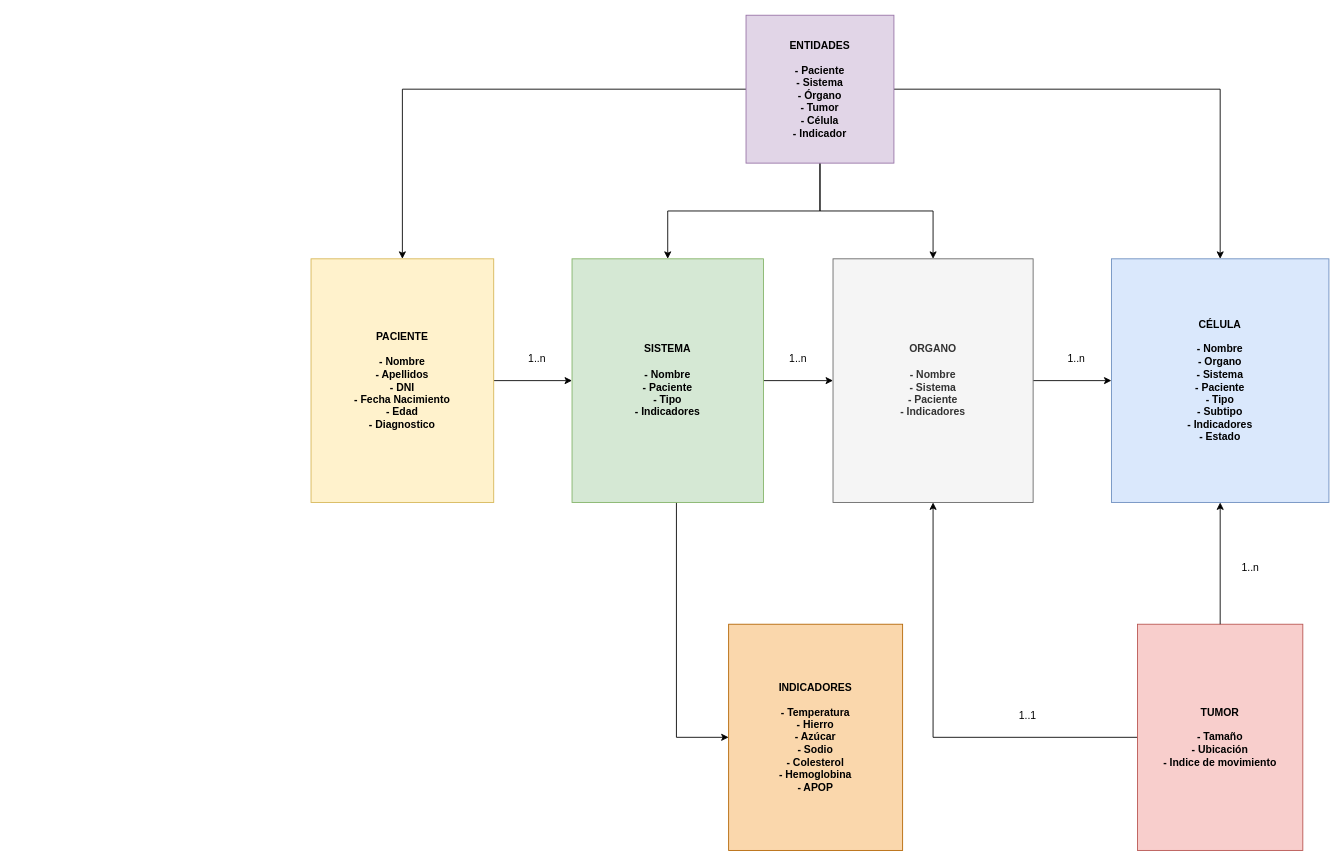
Before: page "MD" (1 of 6) of arch-design/cellprom-arch-functionality.drawio in cellprom/cellprom-arq-doc, a draw.io diagram. Source tidied: cells renumbered, new cells numbered last; positions are measured from the earlier drawing's top-left corner, leaving out a move shared by most shapes. Both pictures are drawn from the tidied source at 87%, with x=0, y=0 at pixel (311, 15).
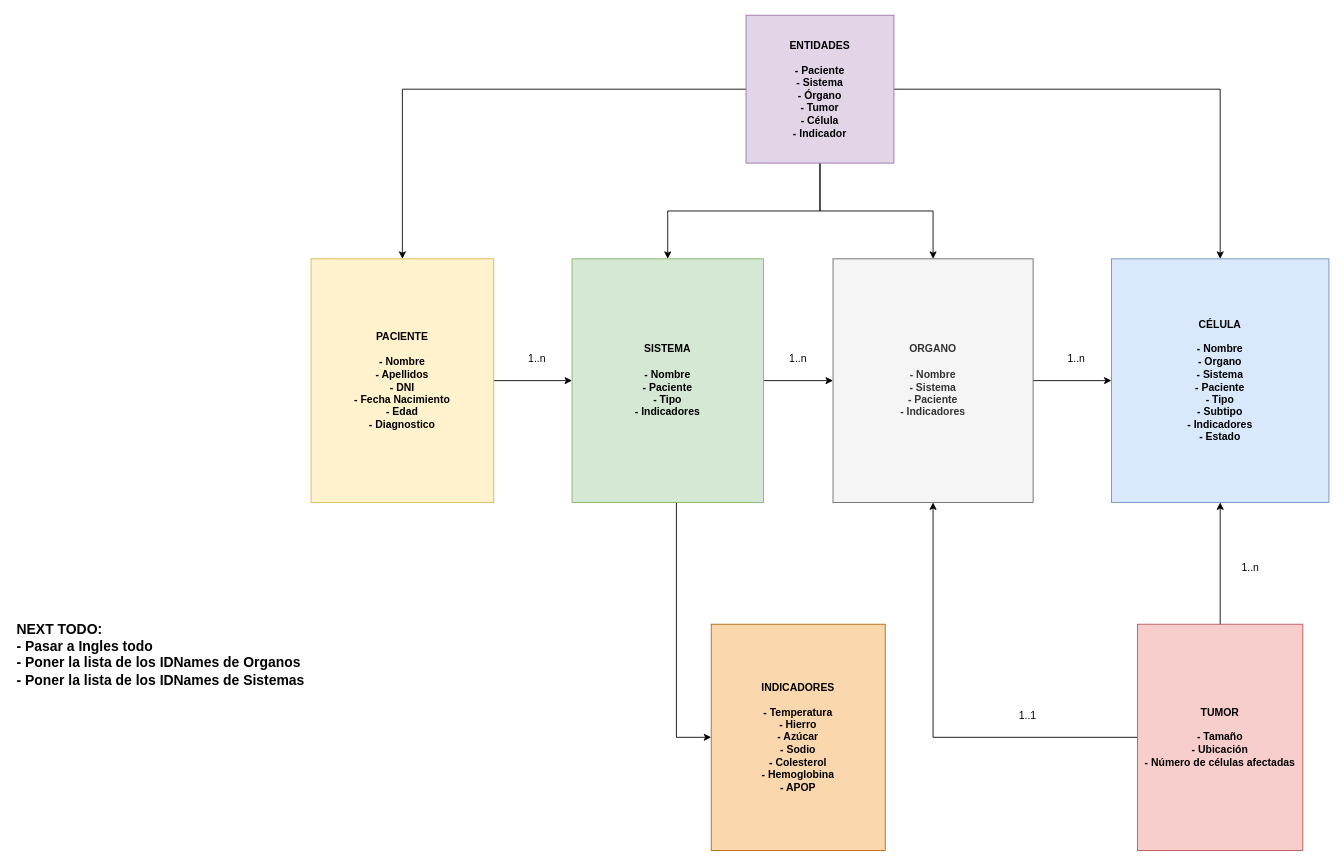
Above is the later version.

The edit, as a diff of the source:
```diff
@@
     <mxCell id="18" value="INDICADORES&lt;br&gt;&lt;br&gt;- Temperatura&lt;br&gt;- Hierro&lt;br&gt;- Azúcar&lt;br&gt;- Sodio&lt;br&gt;- Colesterol&lt;br&gt;- Hemoglobina&lt;br&gt;- APOP" style="whiteSpace=wrap;html=1;fillColor=#fad7ac;strokeColor=#b46504;fontStyle=1;" parent="1" vertex="1">
-      <mxGeometry x="480" y="700" width="200" height="260" as="geometry" />
+      <mxGeometry x="460" y="700" width="200" height="260" as="geometry" />
     </mxCell>
@@
-    <mxCell id="20" value="TUMOR&lt;br&gt;&lt;br&gt;- Tamaño&lt;br&gt;- Ubicación&lt;br&gt;- Indice de movimiento" style="whiteSpace=wrap;html=1;fillColor=#f8cecc;strokeColor=#b85450;fontStyle=1;" parent="1" vertex="1">
+    <mxCell id="20" value="TUMOR&lt;br&gt;&lt;br&gt;- Tamaño&lt;br&gt;- Ubicación&lt;br&gt;- Número de células afectadas" style="whiteSpace=wrap;html=1;fillColor=#f8cecc;strokeColor=#b85450;fontStyle=1;" parent="1" vertex="1">
       <mxGeometry x="950" y="700" width="190" height="260" as="geometry" />
     </mxCell>
@@
+    <mxCell id="24" value="NEXT TODO:&lt;br style=&quot;font-size: 16px;&quot;&gt;- Pasar a Ingles todo&lt;br style=&quot;font-size: 16px;&quot;&gt;- Poner la lista de los IDNames de Organos&lt;br style=&quot;font-size: 16px;&quot;&gt;- Poner la lista de los IDNames de Sistemas" style="text;whiteSpace=wrap;html=1;fontStyle=1;fontSize=16;" parent="1" vertex="1">
+      <mxGeometry x="-340" y="690" width="500" height="150" as="geometry" />
+    </mxCell>
```
